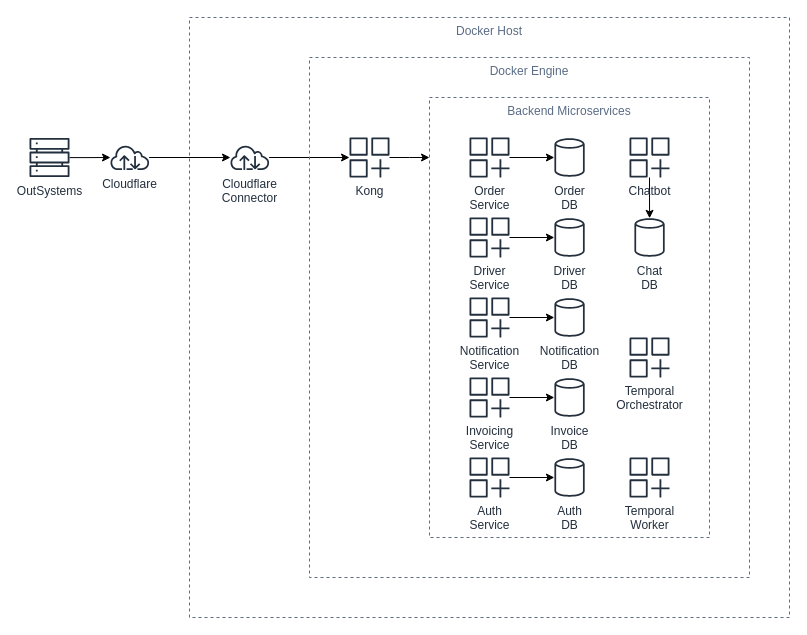
Before: diagrams/architecture.drawio in darkliyznyanlin910/esd-2425T2, a draw.io diagram. Source tidied: cells renumbered, new cells numbered last; positions are measured from the earlier drawing's top-left corner, leaving out a move shared by most shapes. Both pictures are drawn from the tidied source at 100%, with x=0, y=0 at pixel (29, 17).
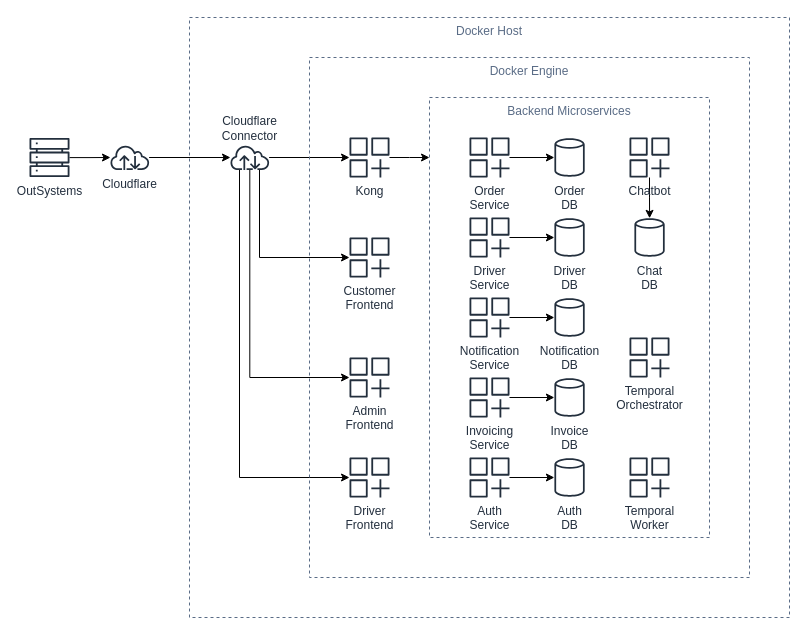
The same page after the edit.

Commit message:
Added Frontend services

Change to the diagram source:
```diff
@@
+    <mxCell id="34" style="edgeStyle=orthogonalEdgeStyle;rounded=0;jettySize=auto;html=1;" parent="1" edge="1" source="8" target="37">
+      <mxGeometry relative="1" as="geometry">
+        <Array as="points">
+          <mxPoint x="230" y="240" />
+        </Array>
+      </mxGeometry>
+    </mxCell>
+    <mxCell id="35" style="edgeStyle=orthogonalEdgeStyle;rounded=0;jettySize=auto;html=1;" parent="1" edge="1" source="8" target="38">
+      <mxGeometry relative="1" as="geometry">
+        <Array as="points">
+          <mxPoint x="220" y="360" />
+        </Array>
+      </mxGeometry>
+    </mxCell>
+    <mxCell id="36" style="edgeStyle=orthogonalEdgeStyle;rounded=0;jettySize=auto;html=1;" parent="1" edge="1" source="8" target="39">
+      <mxGeometry relative="1" as="geometry">
+        <Array as="points">
+          <mxPoint x="210" y="460" />
+        </Array>
+      </mxGeometry>
+    </mxCell>
-    <mxCell id="8" value="Cloudflare&lt;div&gt;Connector&lt;/div&gt;" style="sketch=0;outlineConnect=0;fontColor=#232F3E;gradientColor=none;fillColor=#232F3D;strokeColor=none;dashed=0;verticalLabelPosition=bottom;verticalAlign=top;align=center;html=1;fontSize=12;fontStyle=0;shape=mxgraph.aws4.internet;" parent="1" vertex="1">
+    <mxCell id="8" value="Cloudflare&lt;div&gt;Connector&lt;/div&gt;" style="sketch=0;outlineConnect=0;fontColor=#232F3E;gradientColor=none;fillColor=#232F3D;strokeColor=none;dashed=0;verticalLabelPosition=top;verticalAlign=bottom;align=center;html=1;fontSize=12;fontStyle=0;shape=mxgraph.aws4.internet;labelPosition=center;" parent="1" vertex="1">
       <mxGeometry x="200" y="127.5" width="40.6" height="25" as="geometry" />
     </mxCell>
@@
+    <mxCell id="37" value="Customer&lt;br&gt;Frontend" style="sketch=0;outlineConnect=0;fontColor=#232F3E;gradientColor=none;fillColor=#232F3D;strokeColor=none;dashed=0;verticalLabelPosition=bottom;verticalAlign=top;align=center;html=1;fontSize=12;fontStyle=0;shape=mxgraph.aws4.generic_application;" parent="1" vertex="1">
+      <mxGeometry x="320" y="220" width="40" height="40" as="geometry" />
+    </mxCell>
+    <mxCell id="38" value="Admin&lt;div&gt;Frontend&lt;/div&gt;" style="sketch=0;outlineConnect=0;fontColor=#232F3E;gradientColor=none;fillColor=#232F3D;strokeColor=none;dashed=0;verticalLabelPosition=bottom;verticalAlign=top;align=center;html=1;fontSize=12;fontStyle=0;shape=mxgraph.aws4.generic_application;" parent="1" vertex="1">
+      <mxGeometry x="320" y="340" width="40" height="40" as="geometry" />
+    </mxCell>
+    <mxCell id="39" value="Driver&lt;div&gt;Frontend&lt;/div&gt;" style="sketch=0;outlineConnect=0;fontColor=#232F3E;gradientColor=none;fillColor=#232F3D;strokeColor=none;dashed=0;verticalLabelPosition=bottom;verticalAlign=top;align=center;html=1;fontSize=12;fontStyle=0;shape=mxgraph.aws4.generic_application;" parent="1" vertex="1">
+      <mxGeometry x="320" y="440" width="40" height="40" as="geometry" />
+    </mxCell>
```
